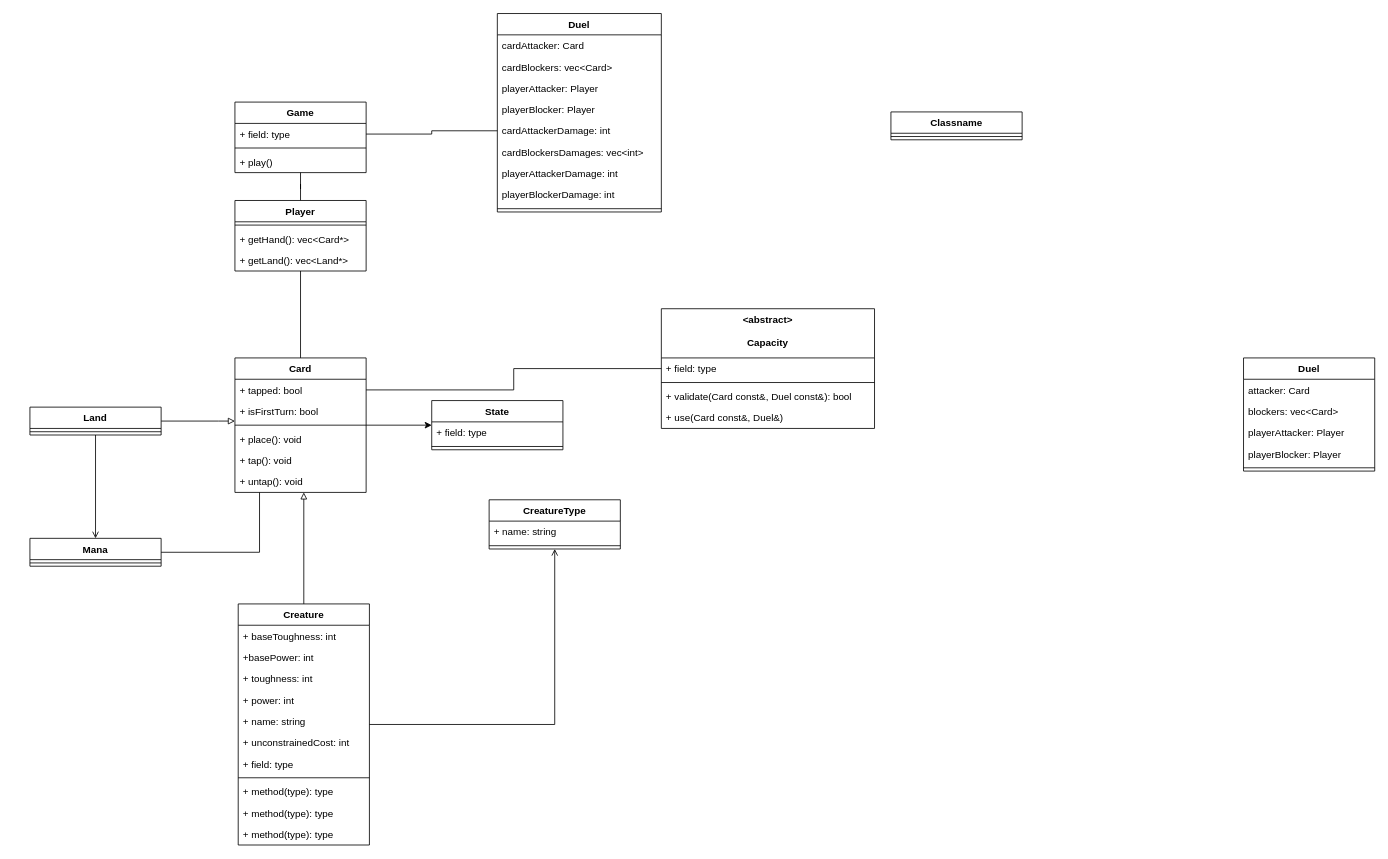
Above: docs/Untitled Diagram.drawio in gdescomps/Magic-Cpp (draw.io), before the change. Source tidied: cells renumbered, new cells numbered last; positions are measured from the earlier drawing's top-left corner, leaving out a move shared by most shapes. Both pictures are drawn from the tidied source at 82%, with x=0, y=0 at pixel (30, 13).
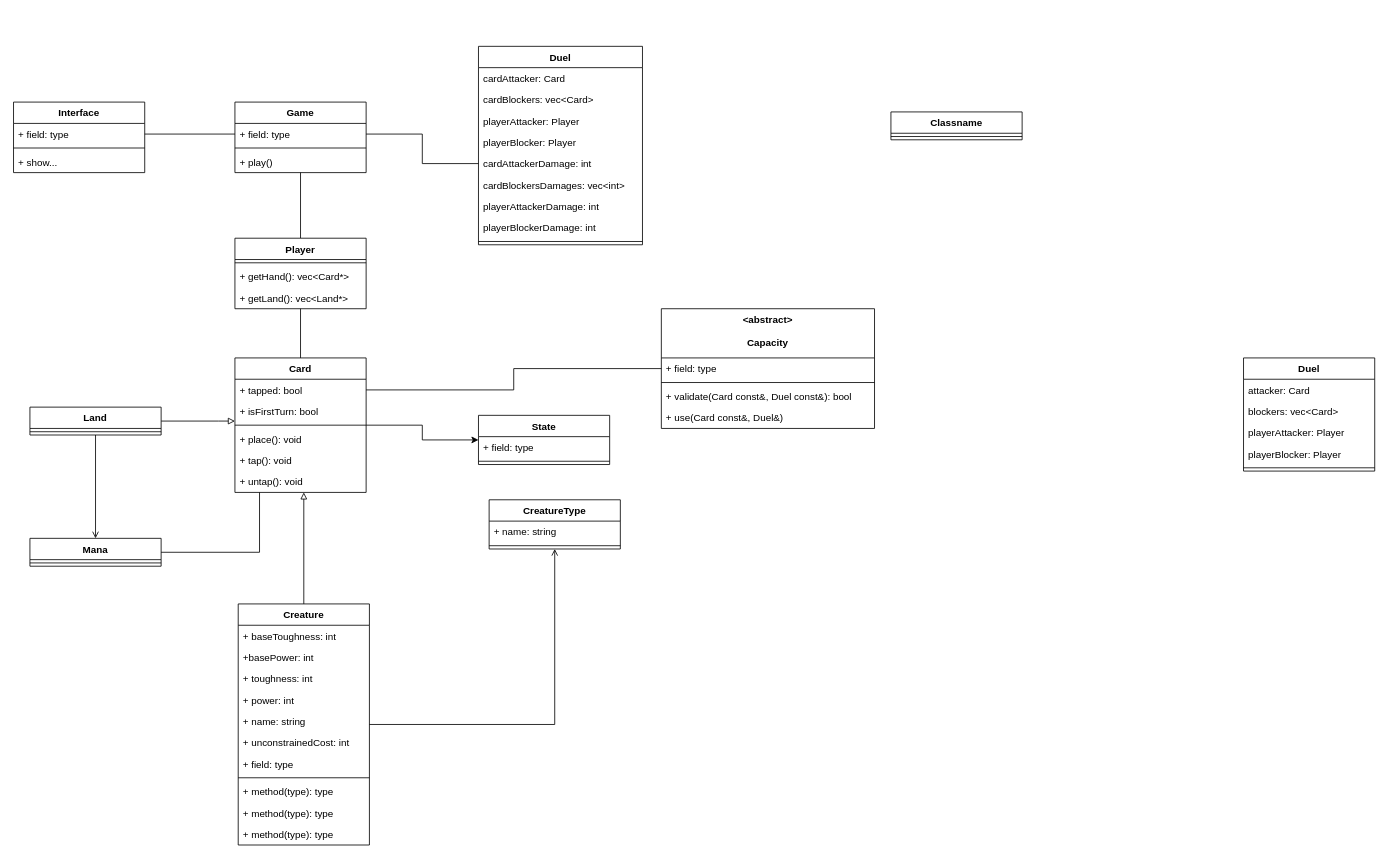
The same page after the edit.

The change refers to these unchanged cells:
```xml
<mxCell id="3" value="+ field: type" style="text;strokeColor=none;fillColor=none;align=left;verticalAlign=top;spacingLeft=4;spacingRight=4;overflow=hidden;points=[[0,0.5],[1,0.5]];portConstraint=eastwest;" parent="2" vertex="1">
  <mxGeometry y="26" width="160" height="26" as="geometry" />
</mxCell>
```

Change to the diagram source:
```diff
@@
     <mxCell id="8" value="Player&#10;" style="swimlane;fontStyle=1;align=center;verticalAlign=top;horizontal=1;startSize=26;" parent="1" vertex="1">
-      <mxGeometry x="250" y="228" width="160" height="86" as="geometry" />
+      <mxGeometry x="250" y="274" width="160" height="86" as="geometry" />
     </mxCell>
@@
     <mxCell id="44" value="State" style="swimlane;fontStyle=1;align=center;verticalAlign=top;horizontal=1;startSize=26;" parent="1" vertex="1">
-      <mxGeometry x="490" y="472" width="160" height="60" as="geometry" />
+      <mxGeometry x="547" y="490" width="160" height="60" as="geometry" />
     </mxCell>
@@
     <mxCell id="61" value="Duel" style="swimlane;fontStyle=1;align=center;verticalAlign=top;horizontal=1;startSize=26;" parent="1" vertex="1">
-      <mxGeometry x="570" width="200" height="242" as="geometry" />
+      <mxGeometry x="547" y="40" width="200" height="242" as="geometry" />
     </mxCell>
@@
+    <mxCell id="72" value="Interface" style="swimlane;fontStyle=1;align=center;verticalAlign=top;horizontal=1;startSize=26;" parent="1" vertex="1">
+      <mxGeometry x="-20" y="108" width="160" height="86" as="geometry" />
+    </mxCell>
+    <mxCell id="73" value="+ field: type" style="text;strokeColor=none;fillColor=none;align=left;verticalAlign=top;spacingLeft=4;spacingRight=4;overflow=hidden;points=[[0,0.5],[1,0.5]];portConstraint=eastwest;" parent="72" vertex="1">
+      <mxGeometry y="26" width="160" height="26" as="geometry" />
+    </mxCell>
+    <mxCell id="74" style="line;strokeWidth=1;fillColor=none;align=left;verticalAlign=middle;spacingTop=-1;spacingLeft=3;spacingRight=3;labelPosition=right;" parent="72" vertex="1">
+      <mxGeometry y="52" width="160" height="8" as="geometry" />
+    </mxCell>
+    <mxCell id="75" value="+ show..." style="text;strokeColor=none;fillColor=none;align=left;verticalAlign=top;spacingLeft=4;spacingRight=4;overflow=hidden;" parent="72" vertex="1">
+      <mxGeometry y="60" width="160" height="26" as="geometry" />
+    </mxCell>
+    <mxCell id="76" style="edgeStyle=orthogonalEdgeStyle;rounded=0;jettySize=auto;html=1;endArrow=none;endFill=0;" parent="1" edge="1" source="3" target="73">
+      <mxGeometry relative="1" as="geometry" />
+    </mxCell>
```
